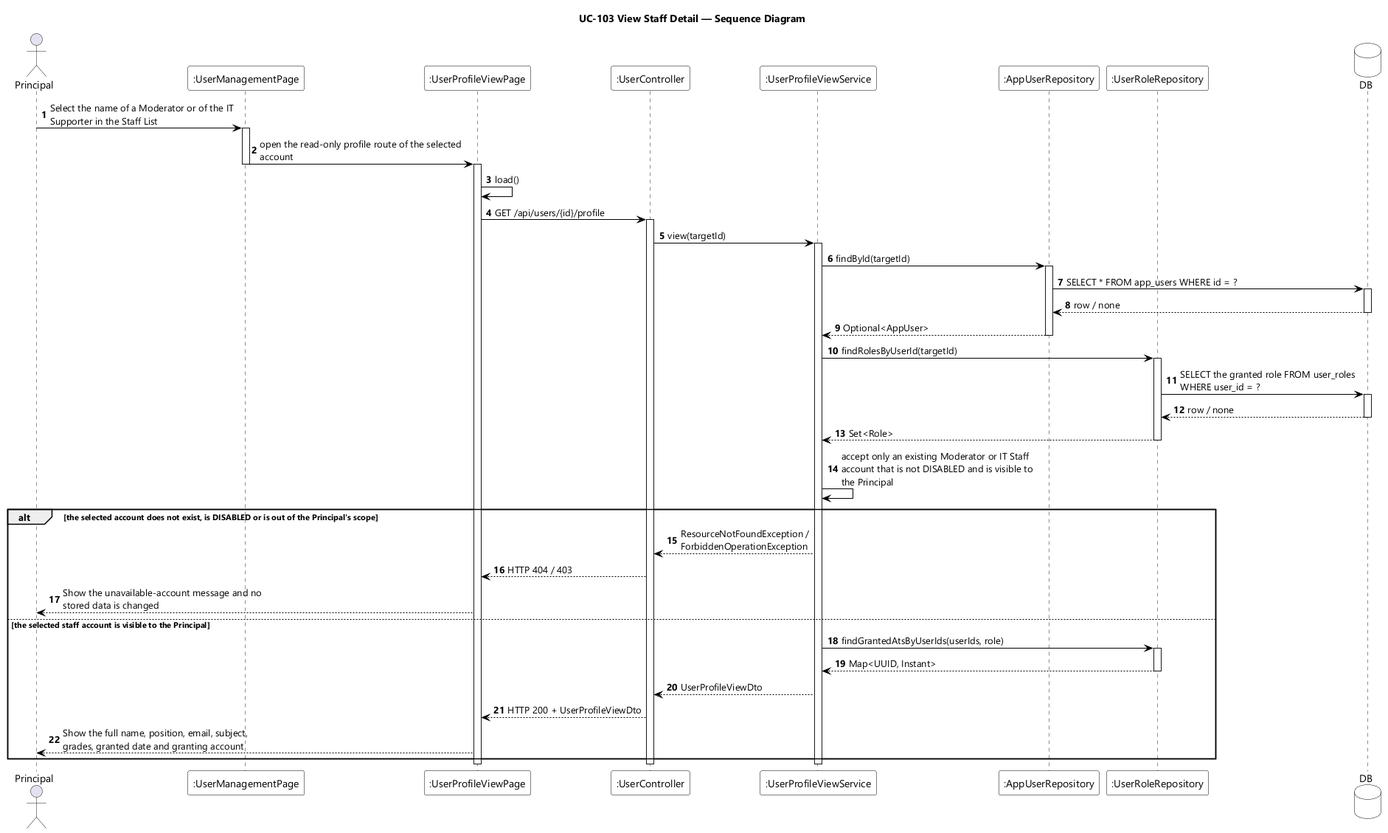
EduA-system/EduA-system keeps this PlantUML diagram as designs/sds-diagrams/uc103/uc103-sequence-diagram.png. Above is the earlier version. Source of this version:
```plantuml
@startuml UC-103 View Staff Detail - Sequence Diagram
skinparamlocked dpi 96
skinparam defaultFontName "Segoe UI"
skinparam shadowing false
skinparam ParticipantBackgroundColor #FFFFFF
skinparam ParticipantBorderColor #000000
skinparam DatabaseBackgroundColor #FFFFFF
skinparam DatabaseBorderColor #000000
skinparam ArrowColor #000000
skinparam sequenceMessageAlign left
skinparam maxMessageSize 280
title UC-103 View Staff Detail — Sequence Diagram

actor Principal
participant ":UserManagementPage" as LIST
participant ":UserProfileViewPage" as UI
participant ":UserController" as CTL
participant ":UserProfileViewService" as SVC
participant ":AppUserRepository" as USERS
participant ":UserRoleRepository" as ROLES
database DB

autonumber
Principal -> LIST : Select the name of a Moderator or of the IT Supporter in the Staff List
activate LIST
LIST -> UI : open the read-only profile route of the selected account
deactivate LIST
activate UI
UI -> UI : load()
UI -> CTL : GET /api/users/{id}/profile
activate CTL
CTL -> SVC : view(targetId)
activate SVC
SVC -> USERS : findById(targetId)
activate USERS
USERS -> DB : SELECT * FROM app_users WHERE id = ?
activate DB
DB --> USERS : row / none
deactivate DB
USERS --> SVC : Optional<AppUser>
deactivate USERS
SVC -> ROLES : findRolesByUserId(targetId)
activate ROLES
ROLES -> DB : SELECT the granted role FROM user_roles WHERE user_id = ?
activate DB
DB --> ROLES : row / none
deactivate DB
ROLES --> SVC : Set<Role>
deactivate ROLES
SVC -> SVC : accept only an existing Moderator or IT Staff account that is not DISABLED and is visible to the Principal

alt the selected account does not exist, is DISABLED or is out of the Principal's scope
  SVC --> CTL : ResourceNotFoundException / ForbiddenOperationException
  CTL --> UI : HTTP 404 / 403
  UI --> Principal : Show the unavailable-account message and no stored data is changed
else the selected staff account is visible to the Principal
  SVC -> ROLES : findGrantedAtsByUserIds(userIds, role)
  activate ROLES
  ROLES --> SVC : Map<UUID, Instant>
  deactivate ROLES
  SVC --> CTL : UserProfileViewDto
  CTL --> UI : HTTP 200 + UserProfileViewDto
  UI --> Principal : Show the full name, position, email, subject, grades, granted date and granting account
end
deactivate SVC
deactivate CTL
deactivate UI
@enduml
```
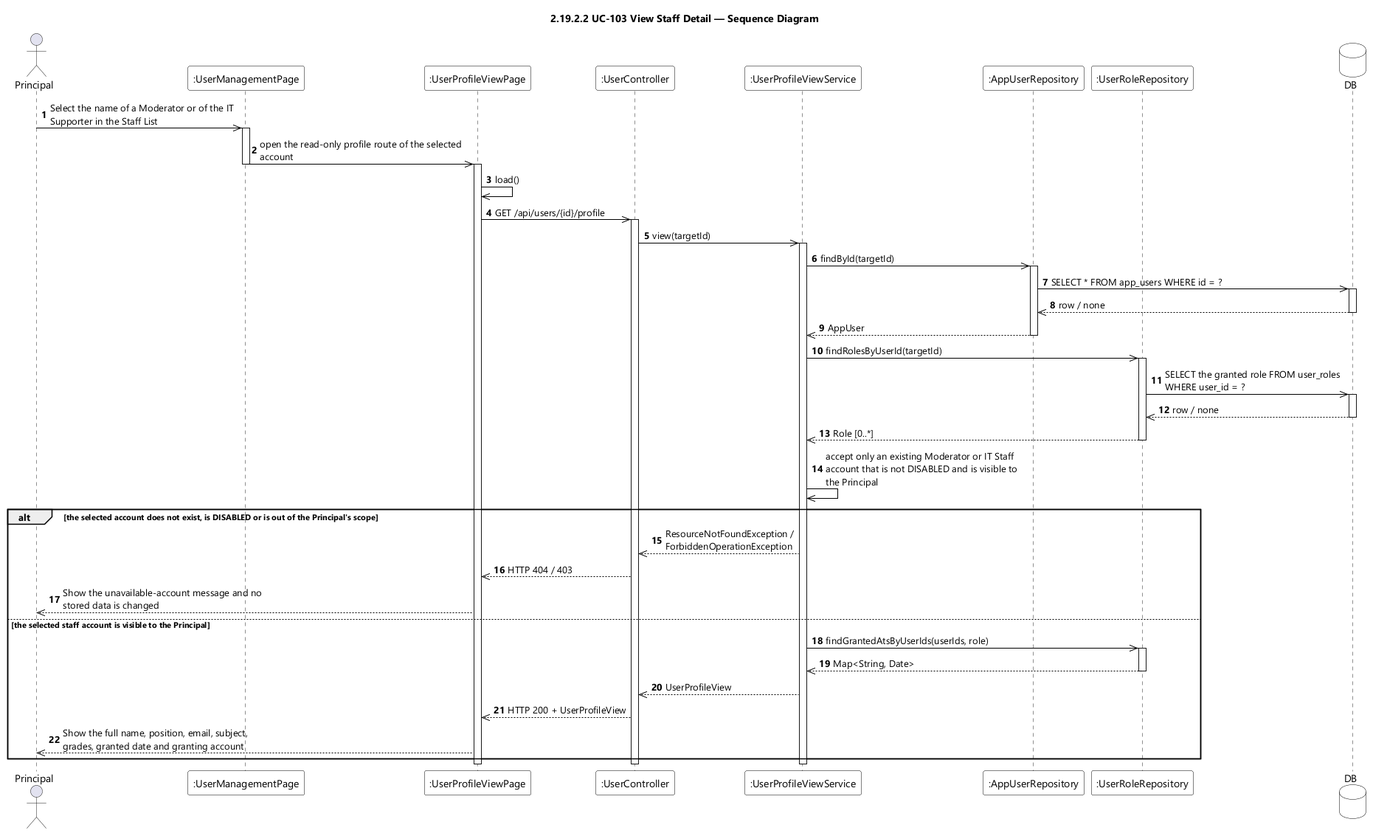
After the commit.

Change to the diagram source:
```diff
@@ -9,7 +9,7 @@
 skinparam ArrowColor #000000
 skinparam sequenceMessageAlign left
 skinparam maxMessageSize 280
-title UC-103 View Staff Detail — Sequence Diagram
+title 2.19.2.2 UC-103 View Staff Detail — Sequence Diagram
 
 actor Principal
 participant ":UserManagementPage" as LIST
@@ -21,46 +21,46 @@
 database DB
 
 autonumber
-Principal -> LIST : Select the name of a Moderator or of the IT Supporter in the Staff List
+Principal ->> LIST : Select the name of a Moderator or of the IT Supporter in the Staff List
 activate LIST
-LIST -> UI : open the read-only profile route of the selected account
+LIST ->> UI : open the read-only profile route of the selected account
 deactivate LIST
 activate UI
-UI -> UI : load()
-UI -> CTL : GET /api/users/{id}/profile
+UI ->> UI : load()
+UI ->> CTL : GET /api/users/{id}/profile
 activate CTL
-CTL -> SVC : view(targetId)
+CTL ->> SVC : view(targetId)
 activate SVC
-SVC -> USERS : findById(targetId)
+SVC ->> USERS : findById(targetId)
 activate USERS
-USERS -> DB : SELECT * FROM app_users WHERE id = ?
+USERS ->> DB : SELECT * FROM app_users WHERE id = ?
 activate DB
-DB --> USERS : row / none
+DB -->> USERS : row / none
 deactivate DB
-USERS --> SVC : Optional<AppUser>
+USERS -->> SVC : AppUser
 deactivate USERS
-SVC -> ROLES : findRolesByUserId(targetId)
+SVC ->> ROLES : findRolesByUserId(targetId)
 activate ROLES
-ROLES -> DB : SELECT the granted role FROM user_roles WHERE user_id = ?
+ROLES ->> DB : SELECT the granted role FROM user_roles WHERE user_id = ?
 activate DB
-DB --> ROLES : row / none
+DB -->> ROLES : row / none
 deactivate DB
-ROLES --> SVC : Set<Role>
+ROLES -->> SVC : Role [0..*]
 deactivate ROLES
-SVC -> SVC : accept only an existing Moderator or IT Staff account that is not DISABLED and is visible to the Principal
+SVC ->> SVC : accept only an existing Moderator or IT Staff account that is not DISABLED and is visible to the Principal
 
 alt the selected account does not exist, is DISABLED or is out of the Principal's scope
-  SVC --> CTL : ResourceNotFoundException / ForbiddenOperationException
-  CTL --> UI : HTTP 404 / 403
-  UI --> Principal : Show the unavailable-account message and no stored data is changed
+  SVC -->> CTL : ResourceNotFoundException / ForbiddenOperationException
+  CTL -->> UI : HTTP 404 / 403
+  UI -->> Principal : Show the unavailable-account message and no stored data is changed
 else the selected staff account is visible to the Principal
-  SVC -> ROLES : findGrantedAtsByUserIds(userIds, role)
+  SVC ->> ROLES : findGrantedAtsByUserIds(userIds, role)
   activate ROLES
-  ROLES --> SVC : Map<UUID, Instant>
+  ROLES -->> SVC : Map<String, Date>
   deactivate ROLES
-  SVC --> CTL : UserProfileViewDto
-  CTL --> UI : HTTP 200 + UserProfileViewDto
-  UI --> Principal : Show the full name, position, email, subject, grades, granted date and granting account
+  SVC -->> CTL : UserProfileView
+  CTL -->> UI : HTTP 200 + UserProfileView
+  UI -->> Principal : Show the full name, position, email, subject, grades, granted date and granting account
 end
 deactivate SVC
 deactivate CTL
```
